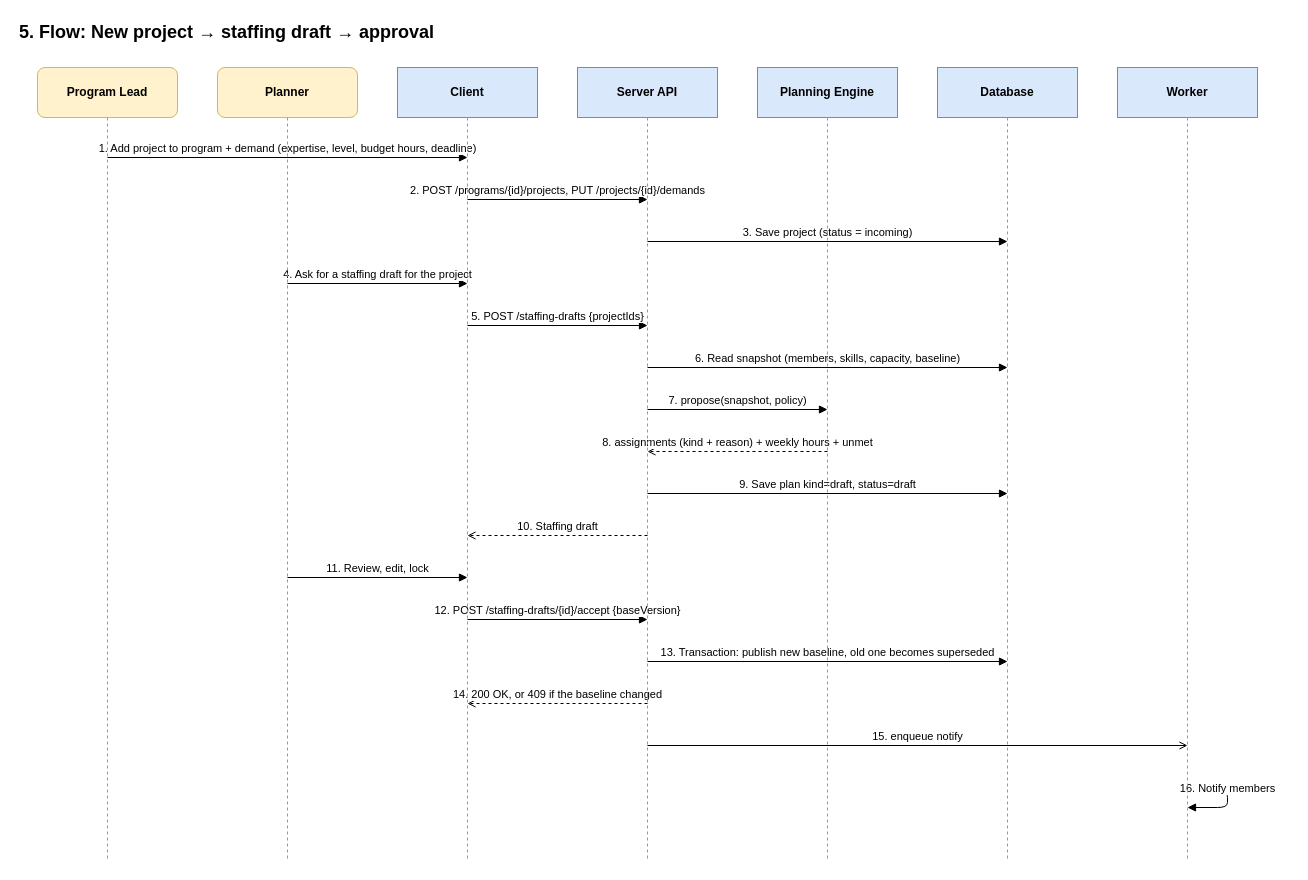
Above: page "5. Flow - New project to staffing" (5 of 9) of docs/architecture.drawio in dophnamm/the-slot-finder (draw.io), before the change. Source tidied: cells renumbered, new cells numbered last; positions are measured from the earlier drawing's top-left corner, leaving out a move shared by most shapes. Both pictures are drawn from the tidied source at 100%, with x=0, y=0 at pixel (17, 17).
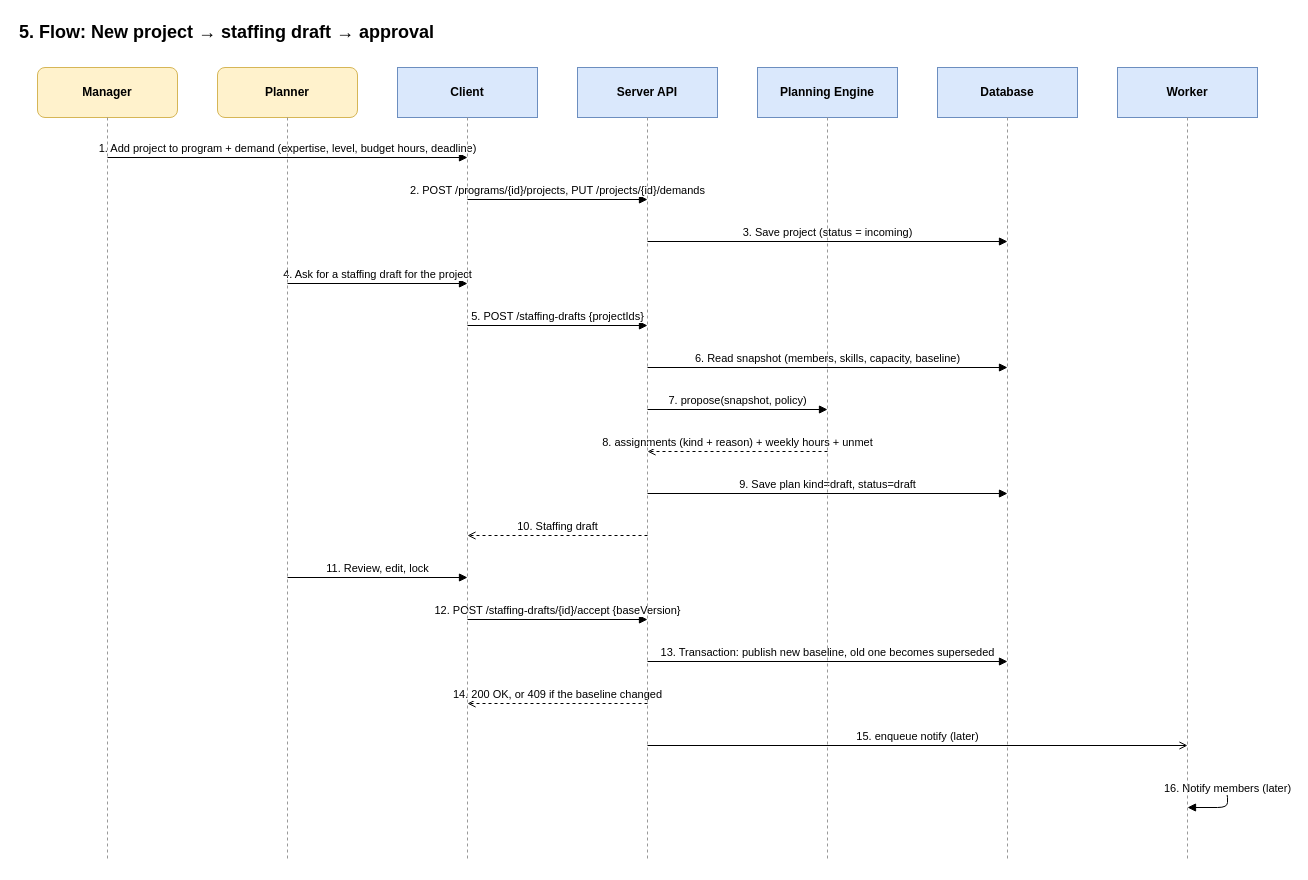
The same page after the edit.

Commit message (it also covers changes not shown here):
docs: mark the not-built notify, HR and CRM parts in the diagrams

What changed in the source:
```diff
@@
-    <mxCell id="3" value="Program Lead" style="rounded=1;whiteSpace=wrap;html=1;fillColor=#fff2cc;strokeColor=#d6b656;fontStyle=1;" parent="1" vertex="1">
+    <mxCell id="3" value="Manager" style="rounded=1;whiteSpace=wrap;html=1;fillColor=#fff2cc;strokeColor=#d6b656;fontStyle=1;" parent="1" vertex="1">
       <mxGeometry x="20" y="50" width="140" height="50" as="geometry" />
     </mxCell>
@@
-    <mxCell id="24" value="15. enqueue notify" style="html=1;endArrow=open;endFill=0;verticalAlign=bottom;fontSize=11;" parent="1" edge="1">
+    <mxCell id="24" value="15. enqueue notify (later)" style="html=1;endArrow=open;endFill=0;verticalAlign=bottom;fontSize=11;" parent="1" edge="1">
       <mxGeometry relative="1" as="geometry">
         <mxPoint x="630" y="728" as="sourcePoint" />
         <mxPoint x="1170" y="728" as="targetPoint" />
       </mxGeometry>
     </mxCell>
-    <mxCell id="25" value="16. Notify members" style="html=1;endArrow=block;endFill=1;verticalAlign=bottom;fontSize=11;" parent="1" edge="1">
+    <mxCell id="25" value="16. Notify members (later)" style="html=1;endArrow=block;endFill=1;verticalAlign=bottom;fontSize=11;" parent="1" edge="1">
       <mxGeometry relative="1" as="geometry">
         <mxPoint x="1170" y="770" as="sourcePoint" />
         <mxPoint x="1170" y="790" as="targetPoint" />
         <Array as="points">
           <mxPoint x="1210" y="770" />
           <mxPoint x="1210" y="790" />
         </Array>
       </mxGeometry>
     </mxCell>
```
